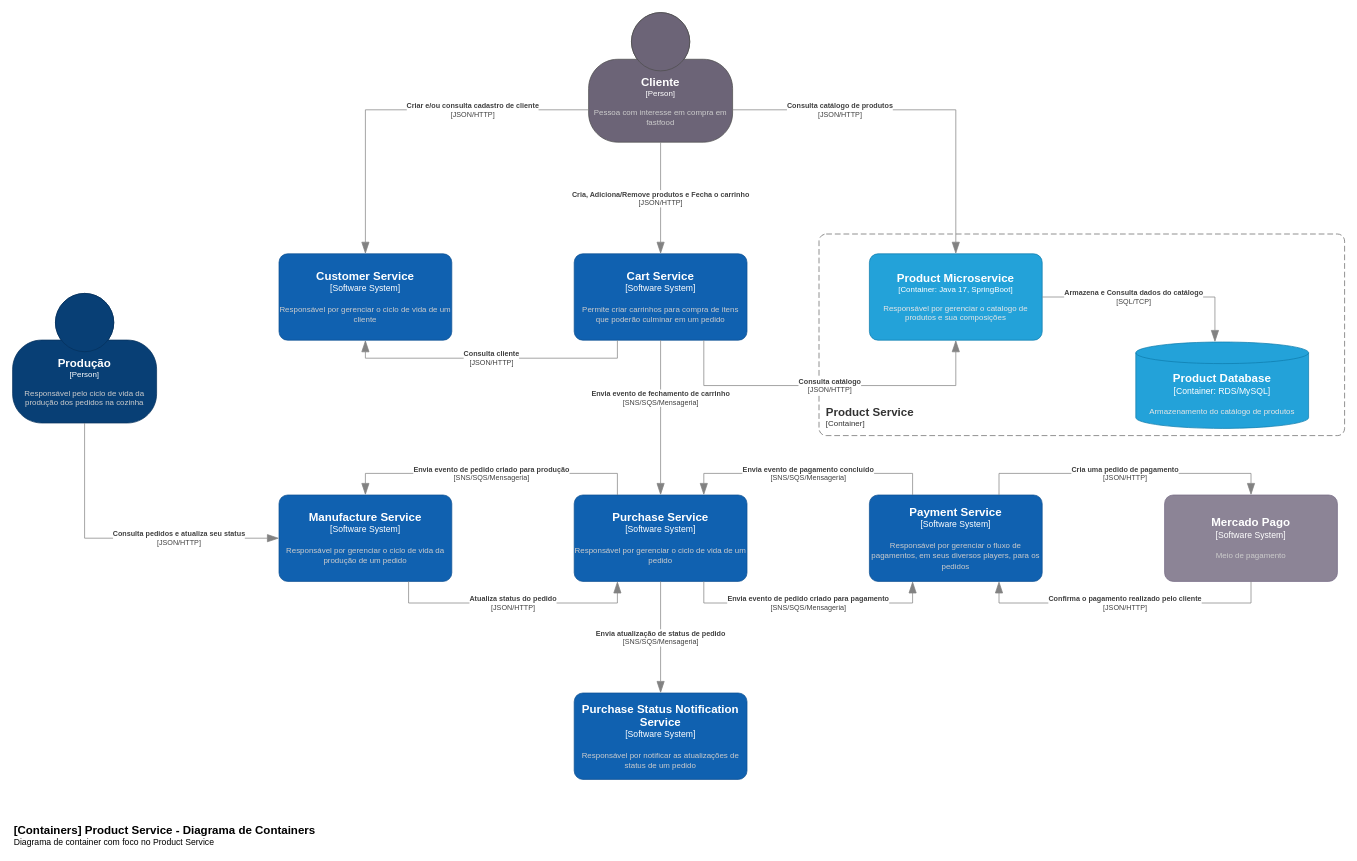
The draw.io diagram page "product-service-c2_saga" (12 of 23) of documentation/tech-challenge-architecture.drawio in fiap-postech/tech-chalenge, before the edit. Source tidied: cells renumbered, new cells numbered last; positions are measured from the earlier drawing's top-left corner, leaving out a move shared by most shapes. Both pictures are drawn from the tidied source at 72%, with x=0, y=0 at pixel (12, 12).
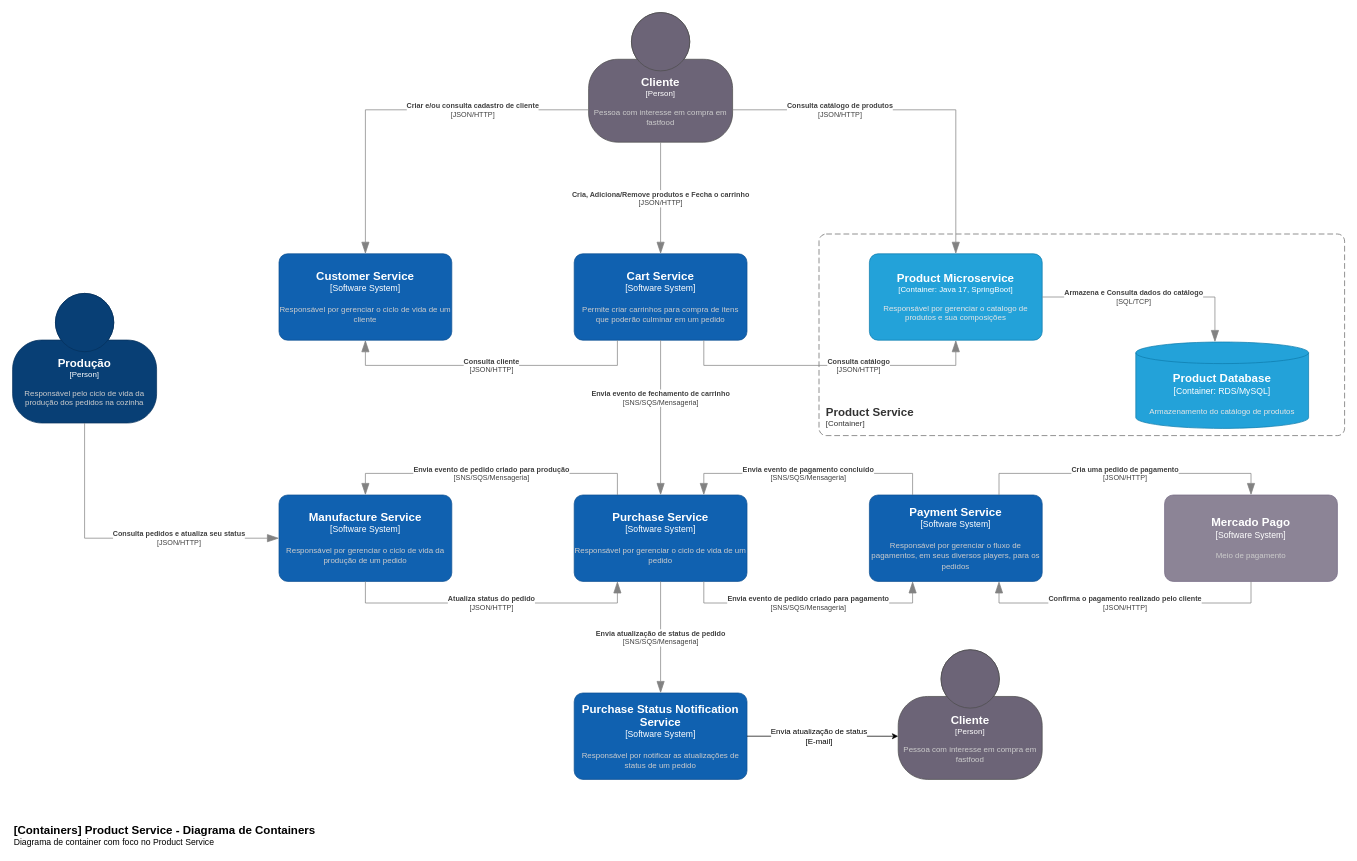
The same diagram, later.

The change refers to these unchanged cells:
```xml
<object id="4" label="&lt;font style=&quot;font-size: 16px&quot;&gt;&lt;b&gt;%c4Name%&lt;/b&gt;&lt;/font&gt;&lt;div&gt;[%c4Type%]&lt;/div&gt;&lt;br&gt;&lt;div&gt;&lt;font style=&quot;font-size: 11px&quot;&gt;&lt;font color=&quot;#cccccc&quot;&gt;%c4Description%&lt;/font&gt;&lt;/div&gt;" c4Description="Responsável por gerenciar o ciclo de vida de um cliente" c4Name="Customer Service" c4Type="Software System" placeholders="1">
  <mxCell style="rounded=1;whiteSpace=wrap;html=1;labelBackgroundColor=none;fillColor=#1061B0;fontColor=#ffffff;align=center;arcSize=10;strokeColor=#0D5091;points=[[0.25,0,0],[0.5,0,0],[0.75,0,0],[1,0.25,0],[1,0.5,0],[1,0.75,0],[0.75,1,0],[0.5,1,0],[0.25,1,0],[0,0.75,0],[0,0.5,0],[0,0.25,0]];" parent="1" vertex="1">
    <mxGeometry x="370" y="335" width="240" height="120" as="geometry" />
  </mxCell>
</object>
<object id="5" label="&lt;font style=&quot;font-size: 16px&quot;&gt;&lt;b&gt;%c4Name%&lt;/b&gt;&lt;/font&gt;&lt;div&gt;[%c4Type%]&lt;/div&gt;&lt;br&gt;&lt;div&gt;&lt;font style=&quot;font-size: 11px&quot;&gt;&lt;font color=&quot;#cccccc&quot;&gt;%c4Description%&lt;/font&gt;&lt;/div&gt;" c4Description="Permite criar carrinhos para compra de itens que poderão culminar em um pedido" c4Name="Cart Service" c4Type="Software System" placeholders="1">
  <mxCell style="rounded=1;whiteSpace=wrap;html=1;labelBackgroundColor=none;fillColor=#1061B0;fontColor=#ffffff;align=center;arcSize=10;strokeColor=#0D5091;points=[[0.25,0,0],[0.5,0,0],[0.75,0,0],[1,0.25,0],[1,0.5,0],[1,0.75,0],[0.75,1,0],[0.5,1,0],[0.25,1,0],[0,0.75,0],[0,0.5,0],[0,0.25,0]];" parent="1" vertex="1">
    <mxGeometry x="780" y="335" width="240" height="120" as="geometry" />
  </mxCell>
</object>
<object id="6" label="&lt;font style=&quot;font-size: 16px&quot;&gt;&lt;b&gt;%c4Name%&lt;/b&gt;&lt;/font&gt;&lt;div&gt;[%c4Type%]&lt;/div&gt;&lt;br&gt;&lt;div&gt;&lt;font style=&quot;font-size: 11px&quot;&gt;&lt;font color=&quot;#cccccc&quot;&gt;%c4Description%&lt;/font&gt;&lt;/div&gt;" c4Description="Responsável por gerenciar o ciclo de vida de um pedido" c4Name="Purchase Service" c4Type="Software System" placeholders="1">
  <mxCell style="rounded=1;whiteSpace=wrap;html=1;labelBackgroundColor=none;fillColor=#1061B0;fontColor=#ffffff;align=center;arcSize=10;strokeColor=#0D5091;points=[[0.25,0,0],[0.5,0,0],[0.75,0,0],[1,0.25,0],[1,0.5,0],[1,0.75,0],[0.75,1,0],[0.5,1,0],[0.25,1,0],[0,0.75,0],[0,0.5,0],[0,0.25,0]];" parent="1" vertex="1">
    <mxGeometry x="780" y="670" width="240" height="120" as="geometry" />
  </mxCell>
</object>
<object id="9" label="&lt;font style=&quot;font-size: 16px&quot;&gt;&lt;b&gt;%c4Name%&lt;/b&gt;&lt;/font&gt;&lt;div&gt;[%c4Type%]&lt;/div&gt;&lt;br&gt;&lt;div&gt;&lt;font style=&quot;font-size: 11px&quot;&gt;&lt;font color=&quot;#cccccc&quot;&gt;%c4Description%&lt;/font&gt;&lt;/div&gt;" c4Description="Responsável por gerenciar o ciclo de vida da produção de um pedido" c4Name="Manufacture Service" c4Type="Software System" placeholders="1">
  <mxCell style="rounded=1;whiteSpace=wrap;html=1;labelBackgroundColor=none;fillColor=#1061B0;fontColor=#ffffff;align=center;arcSize=10;strokeColor=#0D5091;points=[[0.25,0,0],[0.5,0,0],[0.75,0,0],[1,0.25,0],[1,0.5,0],[1,0.75,0],[0.75,1,0],[0.5,1,0],[0.25,1,0],[0,0.75,0],[0,0.5,0],[0,0.25,0]];" parent="1" vertex="1">
    <mxGeometry x="370" y="670" width="240" height="120" as="geometry" />
  </mxCell>
</object>
<object id="21" label="&lt;font style=&quot;font-size: 16px&quot;&gt;&lt;b&gt;%c4Name%&lt;/b&gt;&lt;/font&gt;&lt;div&gt;[%c4Type%]&lt;/div&gt;&lt;br&gt;&lt;div&gt;&lt;font style=&quot;font-size: 11px&quot;&gt;&lt;font color=&quot;#cccccc&quot;&gt;%c4Description%&lt;/font&gt;&lt;/div&gt;" c4Description="Responsável por notificar as atualizações de status de um pedido" c4Name="Purchase Status Notification Service" c4Type="Software System" placeholders="1">
  <mxCell style="rounded=1;whiteSpace=wrap;html=1;labelBackgroundColor=none;fillColor=#1061B0;fontColor=#ffffff;align=center;arcSize=10;strokeColor=#0D5091;points=[[0.25,0,0],[0.5,0,0],[0.75,0,0],[1,0.25,0],[1,0.5,0],[1,0.75,0],[0.75,1,0],[0.5,1,0],[0.25,1,0],[0,0.75,0],[0,0.5,0],[0,0.25,0]];" parent="1" vertex="1">
    <mxGeometry x="780" y="945" width="240" height="120" as="geometry" />
  </mxCell>
</object>
<object id="25" label="&lt;font style=&quot;font-size: 16px&quot;&gt;&lt;b&gt;%c4Name%&lt;/b&gt;&lt;/font&gt;&lt;div&gt;[%c4Type%: %c4Technology%]&lt;/div&gt;&lt;br&gt;&lt;div&gt;&lt;font style=&quot;font-size: 11px&quot;&gt;&lt;font color=&quot;#E6E6E6&quot;&gt;%c4Description%&lt;/font&gt;&lt;/div&gt;" c4Description="Responsável por gerenciar o catalogo de produtos e sua composições" c4Name="Product Microservice" c4Technology="Java 17, SpringBoot" c4Type="Container" placeholders="1">
  <mxCell style="rounded=1;whiteSpace=wrap;html=1;fontSize=11;labelBackgroundColor=none;fillColor=#23A2D9;fontColor=#ffffff;align=center;arcSize=10;strokeColor=#0E7DAD;points=[[0.25,0,0],[0.5,0,0],[0.75,0,0],[1,0.25,0],[1,0.5,0],[1,0.75,0],[0.75,1,0],[0.5,1,0],[0.25,1,0],[0,0.75,0],[0,0.5,0],[0,0.25,0]];" parent="1" vertex="1">
    <mxGeometry x="1190" y="335" width="240" height="120" as="geometry" />
  </mxCell>
</object>
```

Change to the diagram source:
```diff
@@
     <object id="17" label="&lt;div style=&quot;text-align: left&quot;&gt;&lt;div style=&quot;text-align: center&quot;&gt;&lt;b&gt;%c4Description%&lt;/b&gt;&lt;/div&gt;&lt;div style=&quot;text-align: center&quot;&gt;[%c4Technology%]&lt;/div&gt;&lt;/div&gt;" c4Description="Atualiza status do pedido" c4Technology="JSON/HTTP" placeholders="1">
-      <mxCell style="endArrow=blockThin;html=1;fontSize=10;fontColor=#404040;strokeWidth=1;endFill=1;strokeColor=#828282;elbow=vertical;endSize=14;startSize=14;jumpStyle=arc;jumpSize=16;rounded=0;edgeStyle=orthogonalEdgeStyle;entryX=0.25;entryY=1;entryDx=0;entryDy=0;entryPerimeter=0;exitX=0.75;exitY=1;exitDx=0;exitDy=0;exitPerimeter=0;" parent="1" edge="1" source="9" target="6">
+      <mxCell style="endArrow=blockThin;html=1;fontSize=10;fontColor=#404040;strokeWidth=1;endFill=1;strokeColor=#828282;elbow=vertical;endSize=14;startSize=14;jumpStyle=arc;jumpSize=16;rounded=0;edgeStyle=orthogonalEdgeStyle;entryX=0.25;entryY=1;entryDx=0;entryDy=0;entryPerimeter=0;exitX=0.5;exitY=1;exitDx=0;exitDy=0;exitPerimeter=0;" parent="1" edge="1" source="9" target="6">
         <mxGeometry relative="1" as="geometry">
           <Array as="points">
-            <mxPoint x="550" y="820" />
+            <mxPoint x="490" y="820" />
             <mxPoint x="840" y="820" />
           </Array>
         </mxGeometry>
       </mxCell>
     </object>
@@
     <object id="20" label="&lt;div style=&quot;text-align: left&quot;&gt;&lt;div style=&quot;text-align: center&quot;&gt;&lt;b&gt;%c4Description%&lt;/b&gt;&lt;/div&gt;&lt;div style=&quot;text-align: center&quot;&gt;[%c4Technology%]&lt;/div&gt;&lt;/div&gt;" c4Description="Consulta cliente" c4Technology="JSON/HTTP" placeholders="1">
       <mxCell style="endArrow=blockThin;html=1;fontSize=10;fontColor=#404040;strokeWidth=1;endFill=1;strokeColor=#828282;elbow=vertical;endSize=14;startSize=14;jumpStyle=arc;jumpSize=16;rounded=0;edgeStyle=orthogonalEdgeStyle;entryX=0.5;entryY=1;entryDx=0;entryDy=0;entryPerimeter=0;exitX=0.25;exitY=1;exitDx=0;exitDy=0;exitPerimeter=0;" parent="1" edge="1" source="5" target="4">
         <mxGeometry relative="1" as="geometry">
           <Array as="points">
-            <mxPoint x="840" y="480" />
-            <mxPoint x="490" y="480" />
+            <mxPoint x="840" y="490" />
+            <mxPoint x="490" y="490" />
           </Array>
         </mxGeometry>
       </mxCell>
     </object>
@@
     <object id="27" label="&lt;div style=&quot;text-align: left&quot;&gt;&lt;div style=&quot;text-align: center&quot;&gt;&lt;b&gt;%c4Description%&lt;/b&gt;&lt;/div&gt;&lt;div style=&quot;text-align: center&quot;&gt;[%c4Technology%]&lt;/div&gt;&lt;/div&gt;" c4Description="Consulta catálogo" c4Technology="JSON/HTTP" placeholders="1">
       <mxCell style="endArrow=blockThin;html=1;fontSize=10;fontColor=#404040;strokeWidth=1;endFill=1;strokeColor=#828282;elbow=vertical;endSize=14;startSize=14;jumpStyle=arc;jumpSize=16;rounded=0;edgeStyle=orthogonalEdgeStyle;exitX=0.75;exitY=1;exitDx=0;exitDy=0;exitPerimeter=0;entryX=0.5;entryY=1;entryDx=0;entryDy=0;entryPerimeter=0;" parent="1" edge="1" source="5" target="25">
-        <mxGeometry relative="1" as="geometry">
+        <mxGeometry x="0.19" relative="1" as="geometry">
           <Array as="points">
-            <mxPoint x="960" y="518" />
-            <mxPoint x="1310" y="518" />
+            <mxPoint x="960" y="490" />
+            <mxPoint x="1310" y="490" />
           </Array>
         </mxGeometry>
       </mxCell>
     </object>
@@
+    <object id="30" label="&lt;font style=&quot;font-size: 16px&quot;&gt;&lt;b&gt;%c4Name%&lt;/b&gt;&lt;/font&gt;&lt;div&gt;[%c4Type%]&lt;/div&gt;&lt;br&gt;&lt;div&gt;&lt;font style=&quot;font-size: 11px&quot;&gt;&lt;font color=&quot;#cccccc&quot;&gt;%c4Description%&lt;/font&gt;&lt;/div&gt;" c4Description="Pessoa com interesse em compra em fastfood" c4Name="Cliente" c4Type="Person" placeholders="1">
+      <mxCell style="html=1;fontSize=11;dashed=0;whiteSpace=wrap;fillColor=#6C6477;strokeColor=#4D4D4D;fontColor=#ffffff;shape=mxgraph.c4.person2;align=center;points=[[0.5,0,0],[1,0.5,0],[1,0.75,0],[0.75,1,0],[0.5,1,0],[0.25,1,0],[0,0.75,0],[0,0.5,0]];" parent="1" vertex="1">
+        <mxGeometry x="1230" y="885" width="200" height="180" as="geometry" />
+      </mxCell>
+    </object>
+    <mxCell id="31" style="edgeStyle=orthogonalEdgeStyle;rounded=0;jettySize=auto;html=1;entryX=0;entryY=0.667;entryDx=0;entryDy=0;entryPerimeter=0;exitX=1;exitY=0.5;exitDx=0;exitDy=0;exitPerimeter=0;" parent="1" edge="1" source="21" target="30">
+      <mxGeometry relative="1" as="geometry" />
+    </mxCell>
+    <mxCell id="32" value="Envia atualização de status&lt;br&gt;[E-mail]" style="edgeLabel;html=1;align=center;verticalAlign=middle;" parent="31" vertex="1">
+      <mxGeometry x="-0.06" y="-3" relative="1" as="geometry">
+        <mxPoint y="-3" as="offset" />
+      </mxGeometry>
+    </mxCell>
```
